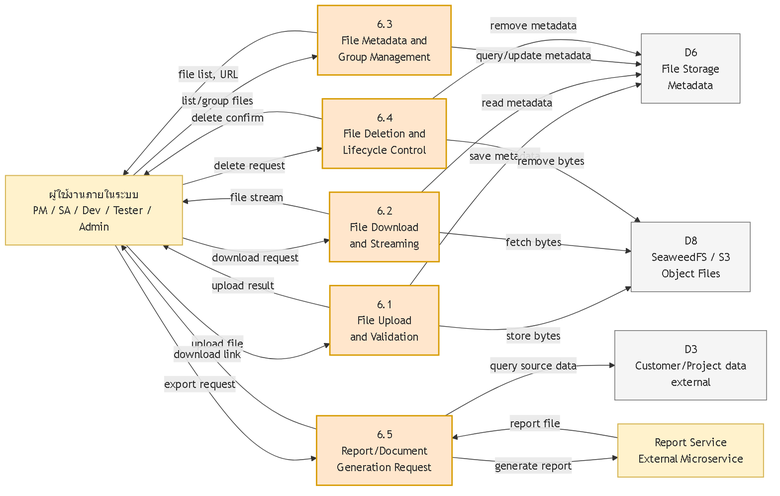
The Mermaid diagram docs/dfd/dfd-level1-06-file-storage.png in softinter-chiangrai/sic-project, before a commit. Its source is kept beside it as docs/dfd/dfd-level1-06-file-storage.mmd.
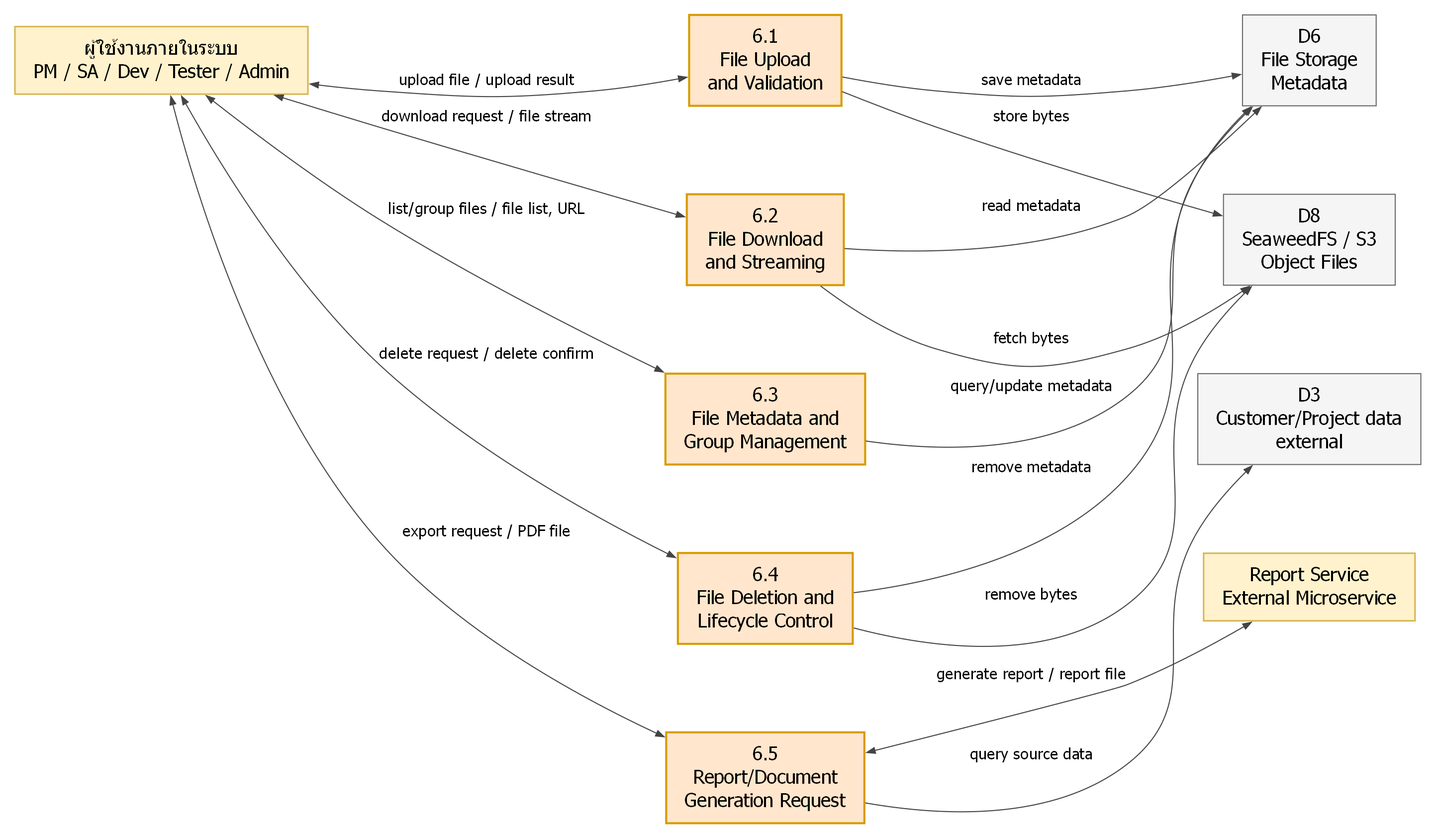
The same diagram one commit later.

Diff of the diagram source:
```diff
@@ -40,7 +40,7 @@
   p65 -->|"query source data"| d3ext
   p65 -->|"generate report"| report
   report -->|"report file"| p65
-  p65 -->|"download link"| user
+  p65 -->|"PDF file"| user
 
   class user,report entity
   class p61,p62,p63,p64,p65 process
```
